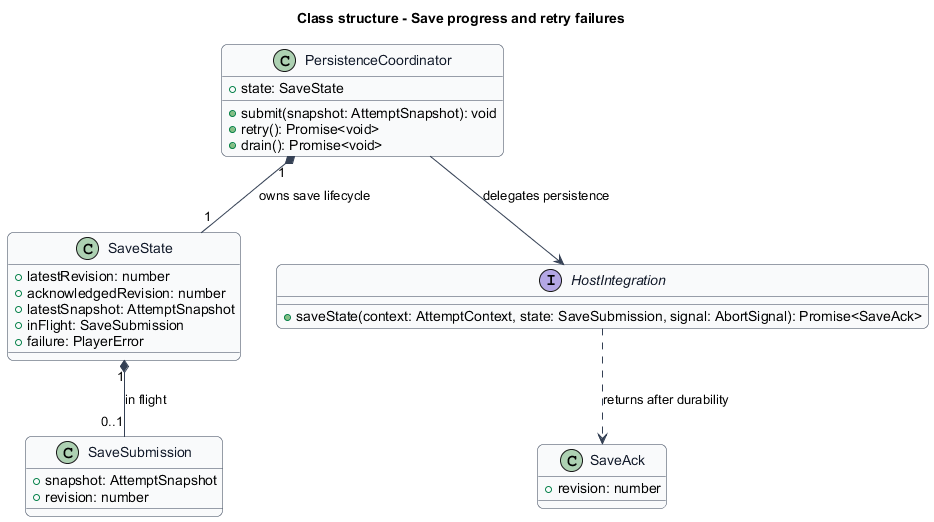
Before: docs/detailed-designs/scorm-player/save-progress/diagrams/class-structure.png, a diagram exported from PlantUML (QuinntyneBrown/Tessera).
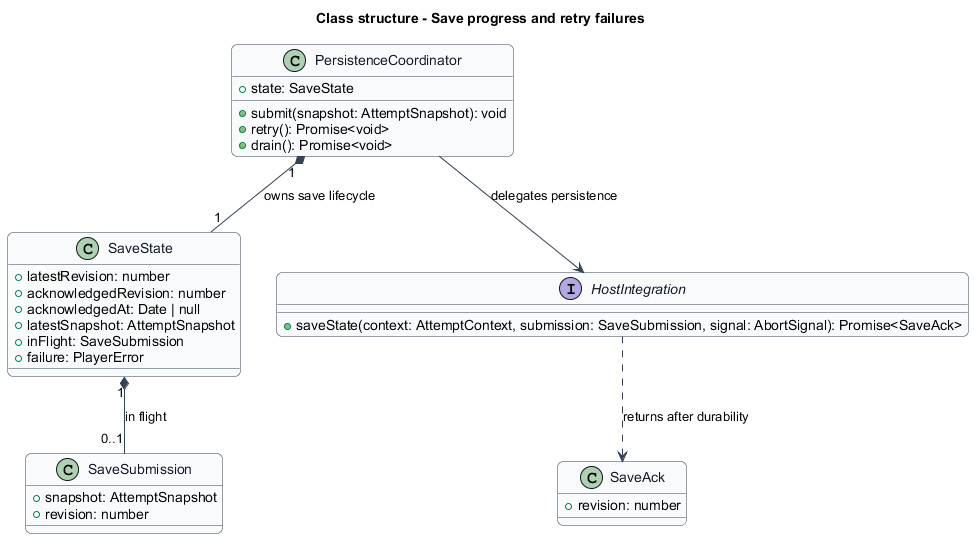
The same file after the commit.

Change to the diagram source:
```diff
@@ -35,12 +35,13 @@
 class SaveState {
   +latestRevision: number
   +acknowledgedRevision: number
+  +acknowledgedAt: Date | null
   +latestSnapshot: AttemptSnapshot
   +inFlight: SaveSubmission
   +failure: PlayerError
 }
 interface HostIntegration {
-  +saveState(context: AttemptContext, state: SaveSubmission, signal: AbortSignal): Promise<SaveAck>
+  +saveState(context: AttemptContext, submission: SaveSubmission, signal: AbortSignal): Promise<SaveAck>
 }
 PersistenceCoordinator "1" *-- "1" SaveState : owns save lifecycle
 SaveState "1" *-- "0..1" SaveSubmission : in flight
```
